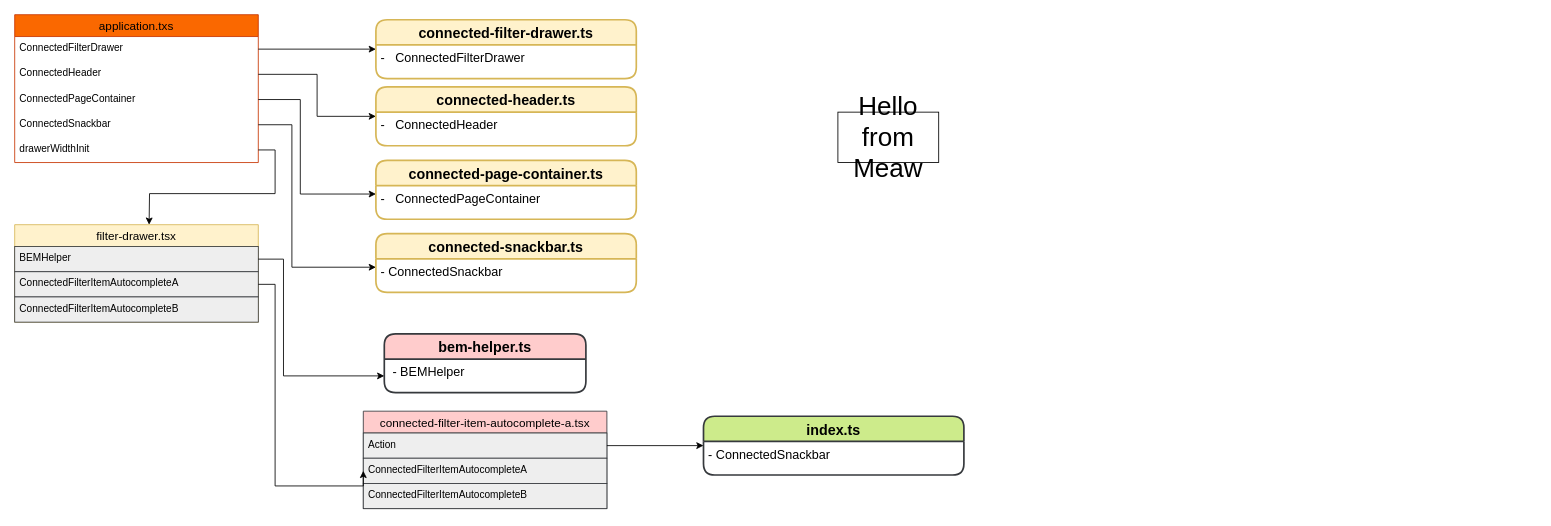
Before: Untitled Diagram.drawio in prangk/cat, a draw.io diagram. Source tidied: cells renumbered, new cells numbered last; positions are measured from the earlier drawing's top-left corner, leaving out a move shared by most shapes. Both pictures are drawn from the tidied source at 84%, with x=0, y=0 at pixel (14, 14).
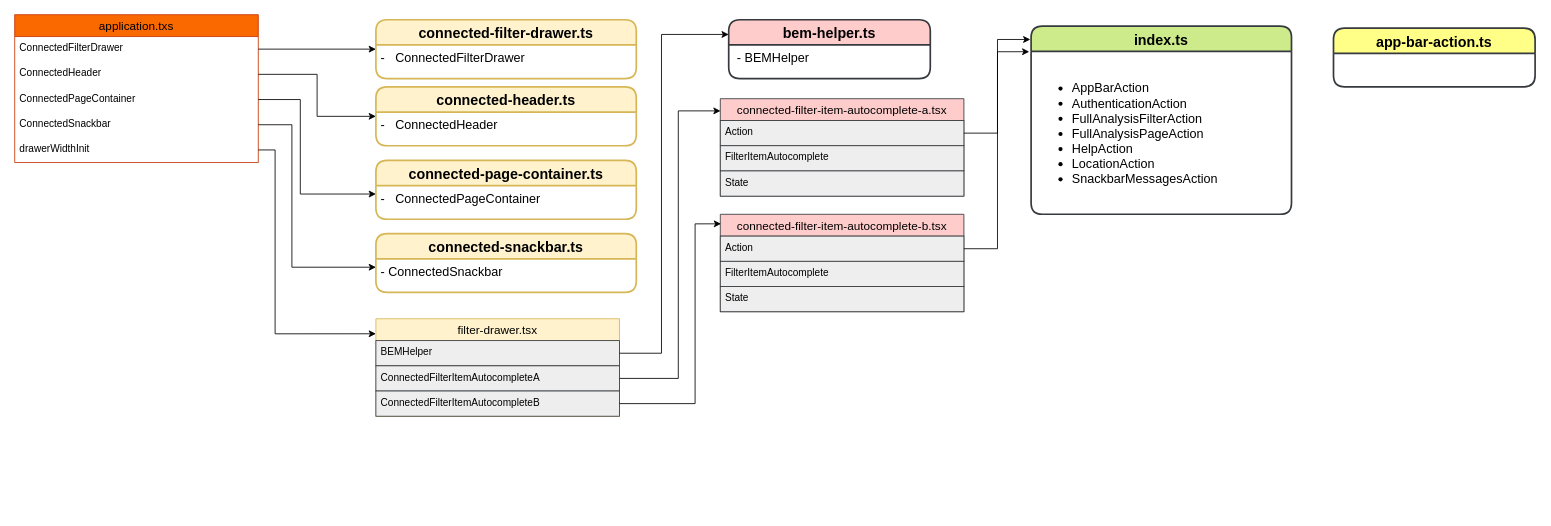
The same page after the edit.

The change refers to these unchanged cells:
```xml
<mxCell id="7" value="drawerWidthInit" style="text;strokeColor=none;fillColor=none;spacingLeft=4;spacingRight=4;overflow=hidden;points=[[0,0.5],[1,0.5]];portConstraint=eastwest;fontSize=12;" parent="2" vertex="1">
  <mxGeometry y="146" width="290" height="30" as="geometry" />
</mxCell>
<mxCell id="8" value="connected-filter-drawer.ts" style="swimlane;horizontal=1;startSize=30;rounded=1;fontSize=17;fontStyle=1;strokeWidth=2;shadow=0;dashed=0;align=center;fillColor=#fff2cc;strokeColor=#d6b656;" parent="1" vertex="1">
  <mxGeometry x="430" y="6" width="310" height="70" as="geometry" />
</mxCell>
<mxCell id="22" value="BEMHelper" style="text;strokeColor=#36393d;fillColor=#eeeeee;spacingLeft=4;spacingRight=4;overflow=hidden;points=[[0,0.5],[1,0.5]];portConstraint=eastwest;fontSize=12;" parent="21" vertex="1">
  <mxGeometry y="26" width="290" height="30" as="geometry" />
</mxCell>
<mxCell id="23" value="ConnectedFilterItemAutocompleteA" style="text;strokeColor=#36393d;fillColor=#eeeeee;spacingLeft=4;spacingRight=4;overflow=hidden;points=[[0,0.5],[1,0.5]];portConstraint=eastwest;fontSize=12;" parent="21" vertex="1">
  <mxGeometry y="56" width="290" height="30" as="geometry" />
</mxCell>
<mxCell id="24" value="ConnectedFilterItemAutocompleteB" style="text;strokeColor=#36393d;fillColor=#eeeeee;spacingLeft=4;spacingRight=4;overflow=hidden;points=[[0,0.5],[1,0.5]];portConstraint=eastwest;fontSize=12;" parent="21" vertex="1">
  <mxGeometry y="86" width="290" height="30" as="geometry" />
</mxCell>
<mxCell id="26" value=" - BEMHelper" style="align=left;strokeColor=none;fillColor=none;spacingLeft=4;fontSize=15;verticalAlign=top;" parent="25" vertex="1">
  <mxGeometry y="30" width="240" height="40" as="geometry" />
</mxCell>
<mxCell id="28" value="Action" style="text;strokeColor=#36393d;fillColor=#eeeeee;spacingLeft=4;spacingRight=4;overflow=hidden;points=[[0,0.5],[1,0.5]];portConstraint=eastwest;fontSize=12;" parent="27" vertex="1">
  <mxGeometry y="26" width="290" height="30" as="geometry" />
</mxCell>
```

Diff of the diagram source:
```diff
@@
-    <mxCell id="9" value="-   ConnectedFilterDrawer" style="align=left;strokeColor=none;fillColor=none;spacingLeft=4;fontSize=15;verticalAlign=top;" parent="8" vertex="1">
+    <mxCell id="9" value="-   ConnectedFilterDrawer" style="align=left;strokeColor=none;fillColor=none;spacingLeft=4;fontSize=15;verticalAlign=top;html=1;" parent="8" vertex="1">
       <mxGeometry y="30" width="310" height="40" as="geometry" />
     </mxCell>
@@
-    <mxCell id="18" style="edgeStyle=orthogonalEdgeStyle;rounded=0;jettySize=auto;html=1;exitX=1;exitY=0.5;exitDx=0;exitDy=0;fontSize=15;startSize=26;" parent="1" edge="1" source="7">
-      <mxGeometry relative="1" as="geometry">
-        <mxPoint x="160" y="250" as="targetPoint" />
-      </mxGeometry>
-    </mxCell>
@@
     <mxCell id="21" value="filter-drawer.tsx" style="swimlane;fontStyle=0;horizontal=1;startSize=26;align=center;fontSize=14;fillColor=#fff2cc;strokeColor=#d6b656;" parent="1" vertex="1">
-      <mxGeometry y="250" width="290" height="116" as="geometry" />
+      <mxGeometry x="430" y="362" width="290" height="116" as="geometry" />
     </mxCell>
@@
     <mxCell id="25" value="bem-helper.ts" style="swimlane;horizontal=1;startSize=30;rounded=1;fontSize=17;fontStyle=1;strokeWidth=2;shadow=0;dashed=0;align=center;fillColor=#ffcccc;strokeColor=#36393d;" parent="1" vertex="1">
-      <mxGeometry x="440" y="380" width="240" height="70" as="geometry" />
+      <mxGeometry x="850" y="6" width="240" height="70" as="geometry" />
     </mxCell>
@@
     <mxCell id="27" value="connected-filter-item-autocomplete-a.tsx" style="swimlane;fontStyle=0;horizontal=1;startSize=26;align=center;fontSize=14;fillColor=#ffcccc;strokeColor=#36393d;" parent="1" vertex="1">
-      <mxGeometry x="415" y="472" width="290" height="116" as="geometry" />
+      <mxGeometry x="840" y="100" width="290" height="116" as="geometry" />
     </mxCell>
@@
-    <mxCell id="29" value="ConnectedFilterItemAutocompleteA" style="text;strokeColor=#36393d;fillColor=#eeeeee;spacingLeft=4;spacingRight=4;overflow=hidden;points=[[0,0.5],[1,0.5]];portConstraint=eastwest;fontSize=12;" parent="27" vertex="1">
+    <mxCell id="29" value="FilterItemAutocomplete" style="text;strokeColor=#36393d;fillColor=#eeeeee;spacingLeft=4;spacingRight=4;overflow=hidden;points=[[0,0.5],[1,0.5]];portConstraint=eastwest;fontSize=12;" parent="27" vertex="1">
       <mxGeometry y="56" width="290" height="30" as="geometry" />
     </mxCell>
-    <mxCell id="30" value="ConnectedFilterItemAutocompleteB" style="text;strokeColor=#36393d;fillColor=#eeeeee;spacingLeft=4;spacingRight=4;overflow=hidden;fontSize=12;" parent="27" vertex="1">
+    <mxCell id="30" value="State" style="text;strokeColor=#36393d;fillColor=#eeeeee;spacingLeft=4;spacingRight=4;overflow=hidden;fontSize=12;" parent="27" vertex="1">
       <mxGeometry y="86" width="290" height="30" as="geometry" />
     </mxCell>
-    <mxCell id="31" style="edgeStyle=orthogonalEdgeStyle;rounded=0;jettySize=auto;html=1;exitX=1;exitY=0.5;exitDx=0;exitDy=0;entryX=0;entryY=0.5;entryDx=0;entryDy=0;fontSize=15;startSize=26;" parent="1" edge="1" source="22" target="26">
-      <mxGeometry relative="1" as="geometry">
-        <Array as="points">
-          <mxPoint x="320" y="291" />
-          <mxPoint x="320" y="430" />
-        </Array>
-      </mxGeometry>
-    </mxCell>
-    <mxCell id="32" style="edgeStyle=orthogonalEdgeStyle;rounded=0;jettySize=auto;html=1;exitX=1;exitY=0.5;exitDx=0;exitDy=0;entryX=0;entryY=0.5;entryDx=0;entryDy=0;fontSize=15;startSize=26;" parent="1" edge="1" source="23" target="29">
-      <mxGeometry relative="1" as="geometry">
-        <Array as="points">
-          <mxPoint x="310" y="321" />
-          <mxPoint x="310" y="561" />
-        </Array>
-      </mxGeometry>
-    </mxCell>
-    <mxCell id="33" value="index.ts" style="swimlane;horizontal=1;startSize=30;rounded=1;fontSize=17;fontStyle=1;strokeWidth=2;shadow=0;dashed=0;align=center;fillColor=#cdeb8b;strokeColor=#36393d;" parent="1" vertex="1">
-      <mxGeometry x="820" y="478" width="310" height="70" as="geometry" />
+    <mxCell id="33" value="index.ts" style="swimlane;horizontal=1;startSize=30;rounded=1;fontSize=17;fontStyle=1;strokeWidth=2;shadow=0;dashed=0;align=center;fillColor=#cdeb8b;strokeColor=#36393d;spacing=6;" parent="1" vertex="1">
+      <mxGeometry x="1210" y="13.6" width="310" height="224" as="geometry" />
     </mxCell>
-    <mxCell id="34" value="- ConnectedSnackbar" style="align=left;strokeColor=none;fillColor=none;spacingLeft=4;fontSize=15;verticalAlign=top;" parent="33" vertex="1">
-      <mxGeometry y="30" width="310" height="40" as="geometry" />
+    <mxCell id="34" value="&lt;ul&gt;&lt;li&gt;AppBarAction&lt;/li&gt;&lt;li&gt;AuthenticationAction&lt;/li&gt;&lt;li&gt;FullAnalysisFilterAction&lt;/li&gt;&lt;li&gt;FullAnalysisPageAction&lt;/li&gt;&lt;li&gt;HelpAction&lt;/li&gt;&lt;li&gt;LocationAction&lt;/li&gt;&lt;li&gt;SnackbarMessagesAction&lt;/li&gt;&lt;/ul&gt;" style="align=left;strokeColor=none;fillColor=none;spacingLeft=5;fontSize=15;verticalAlign=middle;spacing=4;labelBorderColor=none;html=1;" parent="33" vertex="1">
+      <mxGeometry y="30" width="310" height="194" as="geometry" />
     </mxCell>
+    <mxCell id="37" style="edgeStyle=orthogonalEdgeStyle;rounded=0;jettySize=auto;html=1;exitX=1;exitY=0.5;exitDx=0;exitDy=0;entryX=0;entryY=0.154;entryDx=0;entryDy=0;entryPerimeter=0;fontSize=15;startSize=26;" parent="1" edge="1" source="7" target="21">
+      <mxGeometry relative="1" as="geometry">
+        <Array as="points">
+          <mxPoint x="310" y="161" />
+          <mxPoint x="310" y="380" />
+        </Array>
+      </mxGeometry>
+    </mxCell>
+    <mxCell id="38" style="edgeStyle=orthogonalEdgeStyle;rounded=0;jettySize=auto;html=1;exitX=1;exitY=0.5;exitDx=0;exitDy=0;entryX=0;entryY=0.25;entryDx=0;entryDy=0;fontSize=15;startSize=26;" parent="1" edge="1" source="22" target="25">
+      <mxGeometry relative="1" as="geometry">
+        <Array as="points">
+          <mxPoint x="770" y="403" />
+          <mxPoint x="770" y="24" />
+        </Array>
+      </mxGeometry>
+    </mxCell>
+    <mxCell id="39" style="edgeStyle=orthogonalEdgeStyle;rounded=0;jettySize=auto;html=1;exitX=1;exitY=0.5;exitDx=0;exitDy=0;entryX=0.001;entryY=0.125;entryDx=0;entryDy=0;entryPerimeter=0;fontSize=15;startSize=26;" parent="1" edge="1" source="23" target="27">
+      <mxGeometry relative="1" as="geometry">
+        <Array as="points">
+          <mxPoint x="790" y="433" />
+          <mxPoint x="790" y="115" />
+        </Array>
+      </mxGeometry>
+    </mxCell>
+    <mxCell id="40" value="connected-filter-item-autocomplete-b.tsx" style="swimlane;fontStyle=0;horizontal=1;startSize=26;align=center;fontSize=14;fillColor=#ffcccc;strokeColor=#36393d;" parent="1" vertex="1">
+      <mxGeometry x="840" y="237.6" width="290" height="116" as="geometry" />
+    </mxCell>
+    <mxCell id="41" value="Action" style="text;strokeColor=#36393d;fillColor=#eeeeee;spacingLeft=4;spacingRight=4;overflow=hidden;points=[[0,0.5],[1,0.5]];portConstraint=eastwest;fontSize=12;" parent="40" vertex="1">
+      <mxGeometry y="26" width="290" height="30" as="geometry" />
+    </mxCell>
+    <mxCell id="42" value="FilterItemAutocomplete" style="text;strokeColor=#36393d;fillColor=#eeeeee;spacingLeft=4;spacingRight=4;overflow=hidden;fontSize=12;" parent="40" vertex="1">
+      <mxGeometry y="56" width="290" height="30" as="geometry" />
+    </mxCell>
+    <mxCell id="43" value="State" style="text;strokeColor=#36393d;fillColor=#eeeeee;spacingLeft=4;spacingRight=4;overflow=hidden;fontSize=12;" parent="40" vertex="1">
+      <mxGeometry y="86" width="290" height="30" as="geometry" />
+    </mxCell>
+    <mxCell id="44" style="edgeStyle=orthogonalEdgeStyle;rounded=0;jettySize=auto;html=1;exitX=1;exitY=0.5;exitDx=0;exitDy=0;entryX=0.003;entryY=0.098;entryDx=0;entryDy=0;entryPerimeter=0;fontSize=15;startSize=26;" parent="1" edge="1" source="24" target="40">
+      <mxGeometry relative="1" as="geometry">
+        <Array as="points">
+          <mxPoint x="810" y="463" />
+          <mxPoint x="810" y="249" />
+        </Array>
+      </mxGeometry>
+    </mxCell>
-    <mxCell id="35" style="edgeStyle=orthogonalEdgeStyle;rounded=0;jettySize=auto;html=1;exitX=1;exitY=0.5;exitDx=0;exitDy=0;entryX=0;entryY=0.5;entryDx=0;entryDy=0;fontSize=15;startSize=26;" parent="1" edge="1" source="28" target="33">
+    <mxCell id="35" style="edgeStyle=orthogonalEdgeStyle;rounded=0;jettySize=auto;html=1;exitX=1;exitY=0.5;exitDx=0;exitDy=0;entryX=-0.003;entryY=0.071;entryDx=0;entryDy=0;entryPerimeter=0;fontSize=15;startSize=26;" parent="1" edge="1" source="28" target="33">
       <mxGeometry relative="1" as="geometry" />
     </mxCell>
-    <mxCell id="36" value="&lt;font style=&quot;font-size: 31px&quot;&gt;Hello&lt;br&gt;from Meaw&lt;/font&gt;" style="rounded=0;whiteSpace=wrap;html=1;" parent="1" vertex="1">
-      <mxGeometry x="980" y="116" width="120" height="60" as="geometry" />
-    </mxCell>
+    <mxCell id="45" style="edgeStyle=orthogonalEdgeStyle;rounded=0;jettySize=auto;html=1;exitX=1;exitY=0.5;exitDx=0;exitDy=0;entryX=-0.007;entryY=0.136;entryDx=0;entryDy=0;entryPerimeter=0;fontSize=15;startSize=26;" parent="1" edge="1" source="41" target="33">
+      <mxGeometry relative="1" as="geometry">
+        <Array as="points">
+          <mxPoint x="1170" y="279" />
+          <mxPoint x="1170" y="44" />
+        </Array>
+      </mxGeometry>
+    </mxCell>
+    <mxCell id="46" value="app-bar-action.ts" style="swimlane;horizontal=1;startSize=30;rounded=1;fontSize=17;fontStyle=1;strokeWidth=2;shadow=0;dashed=0;align=center;fillColor=#ffff88;strokeColor=#36393d;" parent="1" vertex="1">
+      <mxGeometry x="1570" y="16" width="240" height="70" as="geometry" />
+    </mxCell>
```
